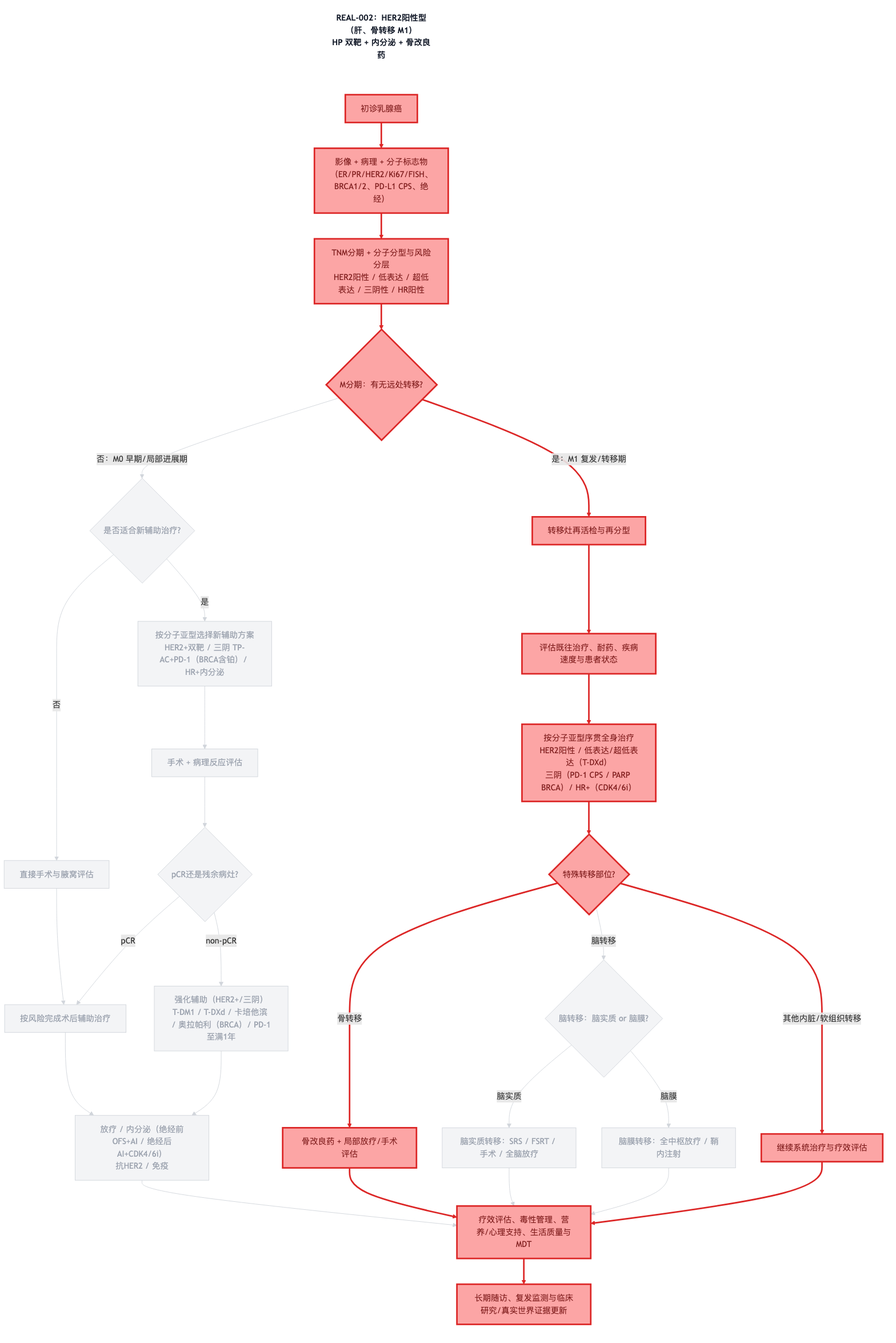
Before: diagrams/decision-chain-REAL-002.png, a diagram exported from Mermaid (dongjb741280/breast-cancer). Its source is kept beside it as diagrams/decision-chain-REAL-002.mmd. Source of this version:
```mermaid
graph TD
    TITLE["REAL-002：HER2阳性型（肝、骨转移 M1）<br/>HP 双靶 + 内分泌 + 骨改良药"]
    A[初诊乳腺癌]
    B[影像 + 病理 + 分子标志物<br/>（ER/PR/HER2/Ki67/FISH、BRCA1/2、PD-L1 CPS、绝经）]
    C[TNM分期 + 分子分型与风险分层<br/>HER2阳性 / 低表达 / 超低表达 / 三阴性 / HR阳性]
    D{M分期：有无远处转移?}
    E{是否适合新辅助治疗?}
    F[按分子亚型选择新辅助方案<br/>HER2+双靶 / 三阴 TP-AC+PD-1（BRCA含铂）/ HR+内分泌]
    G[直接手术与腋窝评估]
    H[手术 + 病理反应评估]
    I{pCR还是残余病灶?}
    J[按风险完成术后辅助治疗]
    K[强化辅助（HER2+/三阴）<br/>T-DM1 / T-DXd / 卡培他滨 / 奥拉帕利（BRCA）/ PD-1至满1年]
    L[放疗 / 内分泌（绝经前OFS+AI / 绝经后AI+CDK4/6i）<br/>抗HER2 / 免疫]
    M[转移灶再活检与再分型]
    N[评估既往治疗、耐药、疾病速度与患者状态]
    O[按分子亚型序贯全身治疗<br/>HER2阳性 / 低表达/超低表达（T-DXd）<br/>三阴（PD-1 CPS / PARP BRCA）/ HR+（CDK4/6i）]
    P{特殊转移部位?}
    Q[骨改良药 + 局部放疗/手术评估]
    R{脑转移：脑实质 or 脑膜?}
    R1[脑实质转移：SRS / FSRT / 手术 / 全脑放疗]
    R2[脑膜转移：全中枢放疗 / 鞘内注射]
    S[继续系统治疗与疗效评估]
    T[疗效评估、毒性管理、营养/心理支持、生活质量与MDT]
    U[长期随访、复发监测与临床研究/真实世界证据更新]
    A --> B
    B --> C
    C --> D
    D -->|否：M0 早期/局部进展期| E
    E -->|是| F
    E -->|否| G
    F --> H
    G --> J
    H --> I
    I -->|pCR| J
    I -->|non-pCR| K
    J --> L
    K --> L
    D -->|是：M1 复发/转移期| M
    M --> N
    N --> O
    O --> P
    P -->|骨转移| Q
    P -->|脑转移| R
    P -->|其他内脏/软组织转移| S
    R -->|脑实质| R1
    R -->|脑膜| R2
    L --> T
    Q --> T
    R1 --> T
    R2 --> T
    S --> T
    T --> U
    TITLE ~~~ A
    classDef path fill:#fca5a5,stroke:#dc2626,color:#7f1d1d,stroke-width:3px;
    classDef dim fill:#f3f4f6,stroke:#d1d5db,color:#9ca3af,stroke-width:1px;
    classDef caption fill:#fff,stroke:none,color:#111827,font-weight:bold;
    class TITLE caption;
    class A path;
    class B path;
    class C path;
    class D path;
    class E dim;
    class F dim;
    class G dim;
    class H dim;
    class I dim;
    class J dim;
    class K dim;
    class L dim;
    class M path;
    class N path;
    class O path;
    class P path;
    class Q path;
    class R dim;
    class R1 dim;
    class R2 dim;
    class S path;
    class T path;
    class U path;
    linkStyle 0 stroke:#dc2626,stroke-width:3px;
    linkStyle 1 stroke:#dc2626,stroke-width:3px;
    linkStyle 2 stroke:#dc2626,stroke-width:3px;
    linkStyle 3 stroke:#d1d5db,stroke-width:1px;
    linkStyle 4 stroke:#d1d5db,stroke-width:1px;
    linkStyle 5 stroke:#d1d5db,stroke-width:1px;
    linkStyle 6 stroke:#d1d5db,stroke-width:1px;
    linkStyle 7 stroke:#d1d5db,stroke-width:1px;
    linkStyle 8 stroke:#d1d5db,stroke-width:1px;
    linkStyle 9 stroke:#d1d5db,stroke-width:1px;
    linkStyle 10 stroke:#d1d5db,stroke-width:1px;
    linkStyle 11 stroke:#d1d5db,stroke-width:1px;
    linkStyle 12 stroke:#d1d5db,stroke-width:1px;
    linkStyle 13 stroke:#dc2626,stroke-width:3px;
    linkStyle 14 stroke:#dc2626,stroke-width:3px;
    linkStyle 15 stroke:#dc2626,stroke-width:3px;
    linkStyle 16 stroke:#dc2626,stroke-width:3px;
    linkStyle 17 stroke:#dc2626,stroke-width:3px;
    linkStyle 18 stroke:#d1d5db,stroke-width:1px;
    linkStyle 19 stroke:#dc2626,stroke-width:3px;
    linkStyle 20 stroke:#d1d5db,stroke-width:1px;
    linkStyle 21 stroke:#d1d5db,stroke-width:1px;
    linkStyle 22 stroke:#d1d5db,stroke-width:1px;
    linkStyle 23 stroke:#dc2626,stroke-width:3px;
    linkStyle 24 stroke:#d1d5db,stroke-width:1px;
    linkStyle 25 stroke:#d1d5db,stroke-width:1px;
    linkStyle 26 stroke:#dc2626,stroke-width:3px;
    linkStyle 27 stroke:#dc2626,stroke-width:3px;
```
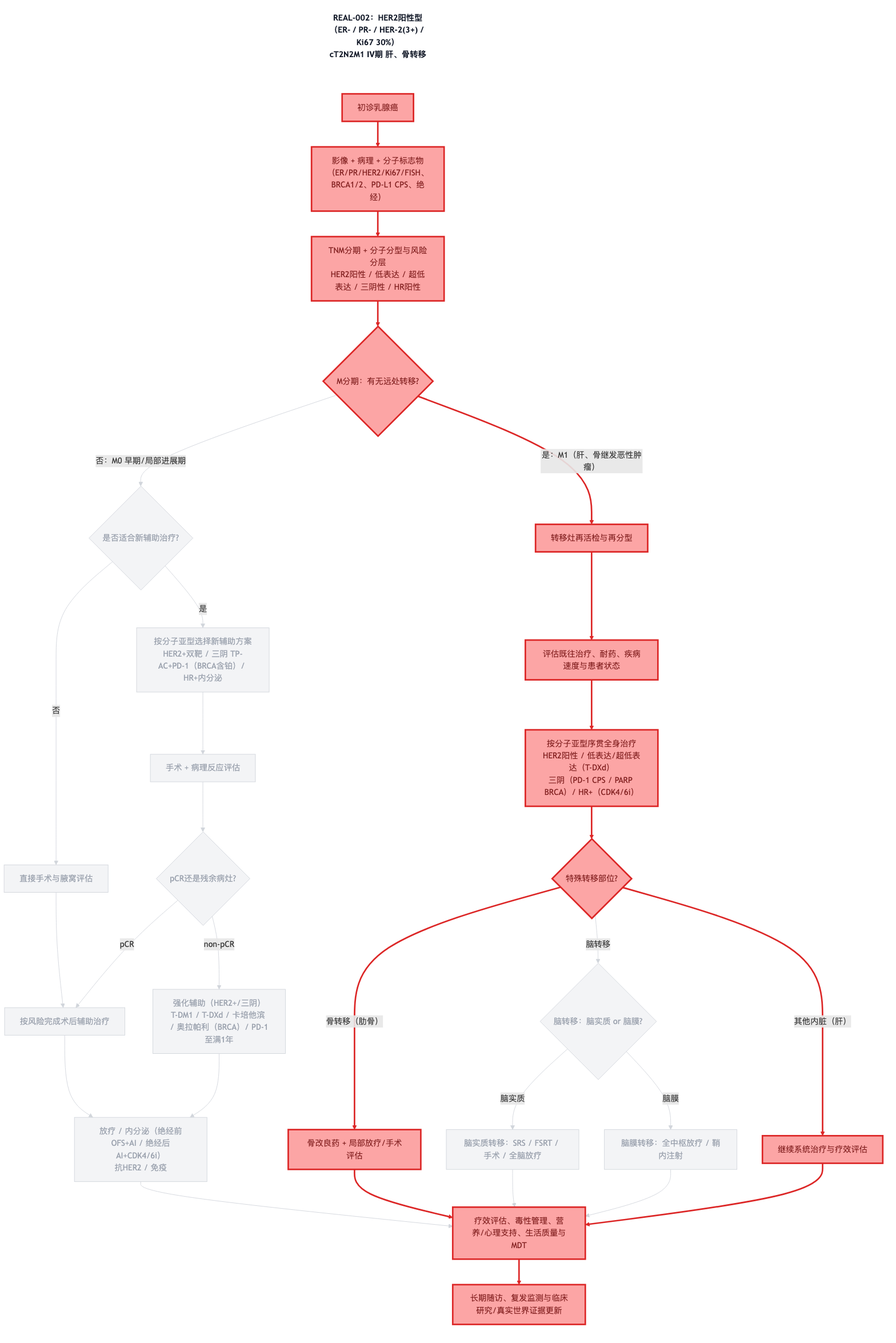
After the commit.

The edit, as a diff of the source:
```diff
@@ -1,5 +1,5 @@
 graph TD
-    TITLE["REAL-002：HER2阳性型（肝、骨转移 M1）<br/>HP 双靶 + 内分泌 + 骨改良药"]
+    TITLE["REAL-002：HER2阳性型（ER- / PR- / HER-2(3+) / Ki67 30%）<br/>cT2N2M1 Ⅳ期 肝、骨转移"]
     A[初诊乳腺癌]
     B[影像 + 病理 + 分子标志物<br/>（ER/PR/HER2/Ki67/FISH、BRCA1/2、PD-L1 CPS、绝经）]
     C[TNM分期 + 分子分型与风险分层<br/>HER2阳性 / 低表达 / 超低表达 / 三阴性 / HR阳性]
@@ -36,13 +36,13 @@
     I -->|non-pCR| K
     J --> L
     K --> L
-    D -->|是：M1 复发/转移期| M
+    D -->|是：M1（肝、骨继发恶性肿瘤）| M
     M --> N
     N --> O
     O --> P
-    P -->|骨转移| Q
+    P -->|骨转移（肋骨）| Q
     P -->|脑转移| R
-    P -->|其他内脏/软组织转移| S
+    P -->|其他内脏（肝）| S
     R -->|脑实质| R1
     R -->|脑膜| R2
     L --> T
```
